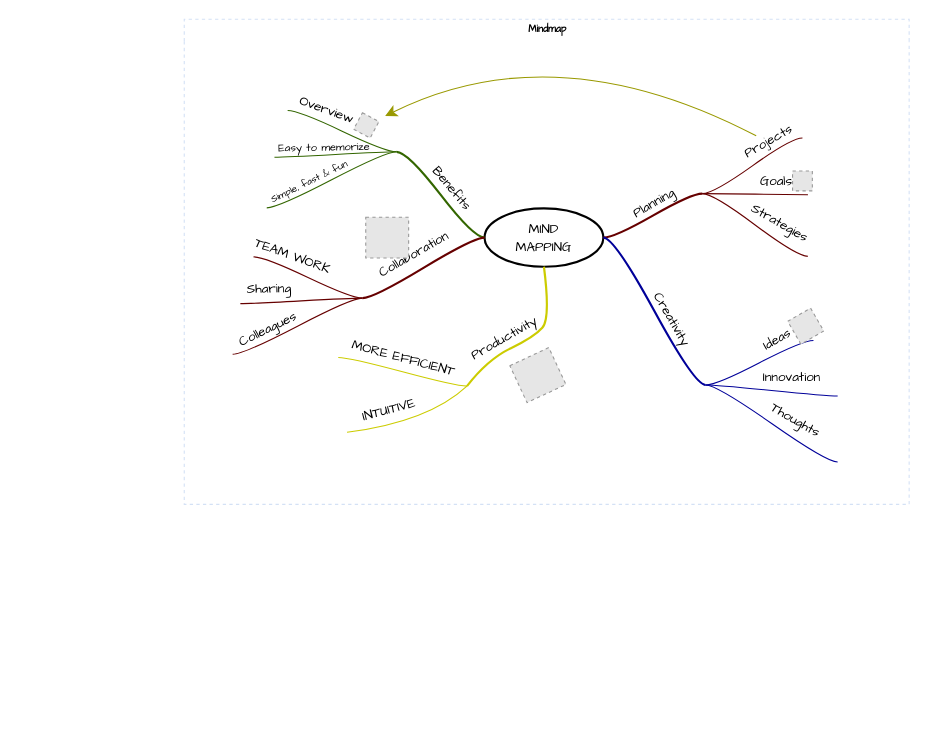
Above: Untitled Diagram.drawio in guoheidanqq/drawio (draw.io), before the change. Source tidied: cells renumbered, new cells numbered last; positions are measured from the earlier drawing's top-left corner, leaving out a move shared by most shapes. Both pictures are drawn from the tidied source at 110%, with x=0, y=0 at pixel (184, 19). Pictures stored in the file or linked from it are replaced by grey dashed boxes.
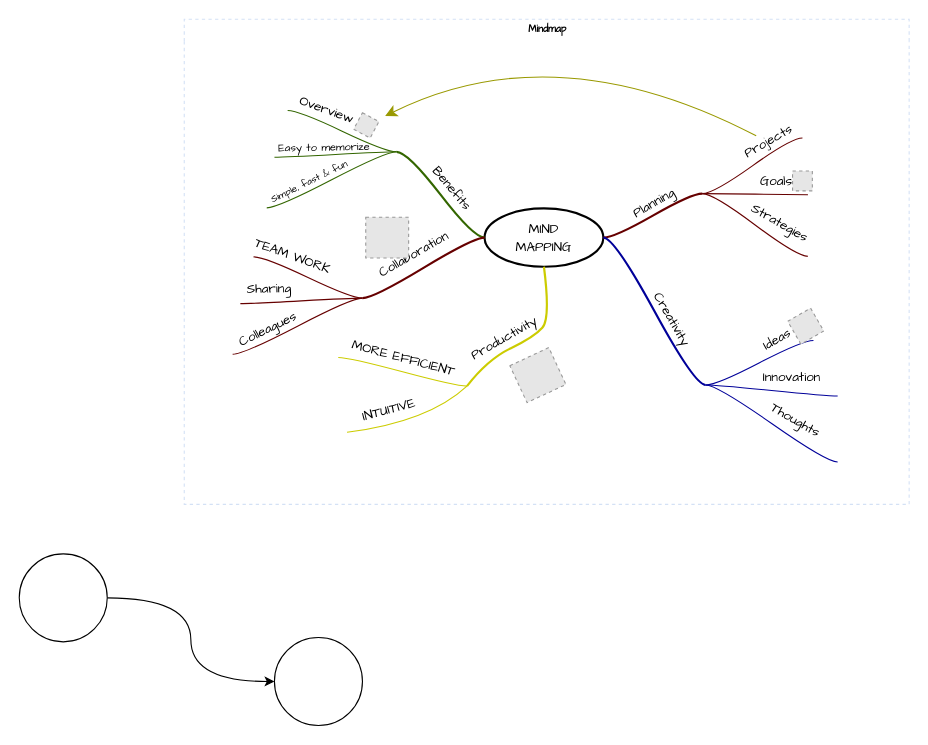
The same diagram, later.

The edit, as a diff of the source:
```diff
@@
+    <mxCell id="72" style="edgeStyle=orthogonalEdgeStyle;rounded=0;jettySize=auto;html=1;exitX=1;exitY=0.5;exitDx=0;exitDy=0;entryX=0;entryY=0.5;entryDx=0;entryDy=0;curved=1;" parent="1" edge="1" source="73" target="74">
+      <mxGeometry relative="1" as="geometry" />
+    </mxCell>
+    <mxCell id="73" style="ellipse;whiteSpace=wrap;html=1;" parent="1" vertex="1">
+      <mxGeometry x="-150" y="486" width="80" height="80" as="geometry" />
+    </mxCell>
+    <mxCell id="74" style="ellipse;whiteSpace=wrap;html=1;" parent="1" vertex="1">
+      <mxGeometry x="82" y="562" width="80" height="80" as="geometry" />
+    </mxCell>
```
